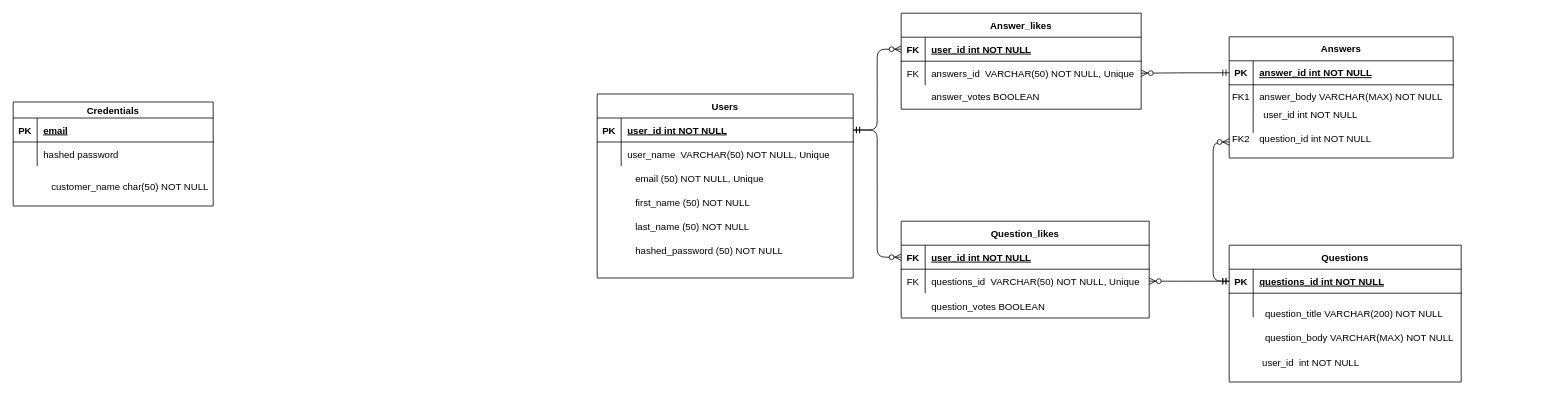
Above: Untitled Diagram.drawio in tswieser/stack-Oilflow (draw.io), before the change. Source tidied: cells renumbered, new cells numbered last; positions are measured from the earlier drawing's top-left corner, leaving out a move shared by most shapes. Both pictures are drawn from the tidied source at 80%, with x=0, y=0 at pixel (13, 13).
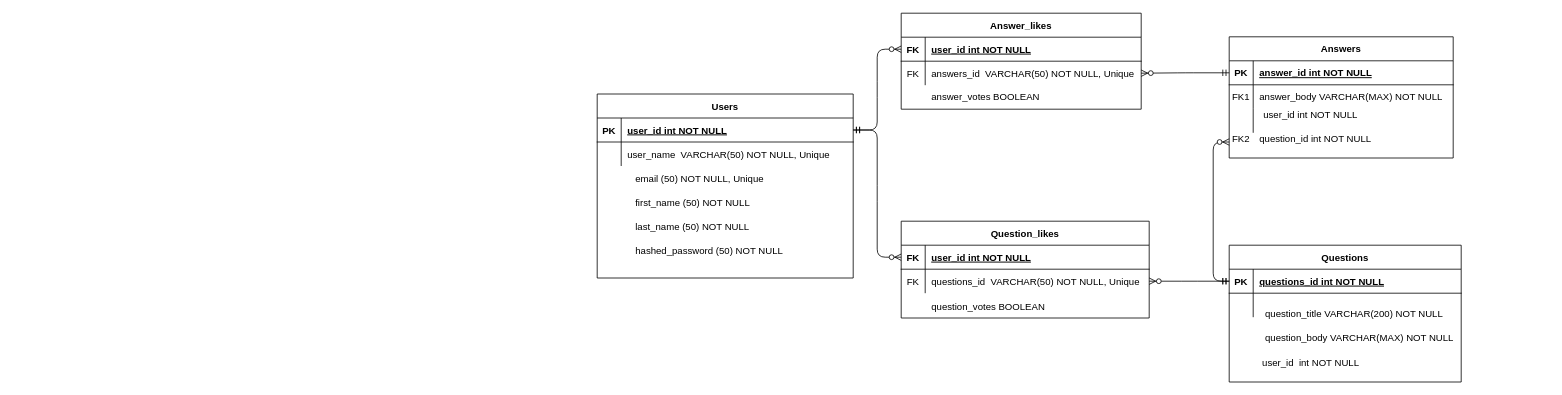
The same diagram, later.

Diff of the diagram source:
```diff
@@
-    <mxCell id="29" value="Credentials" style="shape=table;startSize=20;childLayout=tableLayout;rowLines=0;fontStyle=1;align=center;" parent="1" vertex="1">
-      <mxGeometry y="111" width="250" height="130" as="geometry" />
-    </mxCell>
-    <mxCell id="30" style="shape=partialRectangle;fillColor=none;top=0;left=0;right=0;bottom=1;" parent="29" vertex="1">
-      <mxGeometry y="20" width="250" height="30" as="geometry" />
-    </mxCell>
-    <mxCell id="31" value="PK" style="shape=partialRectangle;overflow=hidden;fillColor=none;top=0;left=0;bottom=0;right=0;fontStyle=1;" parent="30" vertex="1">
-      <mxGeometry width="30" height="30" as="geometry" />
-    </mxCell>
-    <mxCell id="32" value="email" style="shape=partialRectangle;overflow=hidden;fillColor=none;top=0;left=0;bottom=0;right=0;align=left;spacingLeft=6;fontStyle=5;" parent="30" vertex="1">
-      <mxGeometry x="30" width="220" height="30" as="geometry" />
-    </mxCell>
-    <mxCell id="33" style="shape=partialRectangle;fillColor=none;top=0;left=0;right=0;bottom=0;" parent="29" vertex="1">
-      <mxGeometry y="50" width="250" height="30" as="geometry" />
-    </mxCell>
-    <mxCell id="34" style="shape=partialRectangle;overflow=hidden;fillColor=none;top=0;left=0;bottom=0;right=0;" parent="33" vertex="1">
-      <mxGeometry width="30" height="30" as="geometry" />
-    </mxCell>
-    <mxCell id="35" value="hashed password" style="shape=partialRectangle;overflow=hidden;fillColor=none;top=0;left=0;bottom=0;right=0;align=left;spacingLeft=6;" parent="33" vertex="1">
-      <mxGeometry x="30" width="220" height="30" as="geometry" />
-    </mxCell>
-    <mxCell id="36" style="shape=partialRectangle;fillColor=none;top=0;left=0;right=0;bottom=0;" parent="1" vertex="1">
-      <mxGeometry x="10" y="201" width="250" height="30" as="geometry" />
-    </mxCell>
-    <mxCell id="37" style="shape=partialRectangle;overflow=hidden;fillColor=none;top=0;left=0;bottom=0;right=0;" parent="36" vertex="1">
-      <mxGeometry width="30" height="30" as="geometry" />
-    </mxCell>
-    <mxCell id="38" value="customer_name char(50) NOT NULL" style="shape=partialRectangle;overflow=hidden;fillColor=none;top=0;left=0;bottom=0;right=0;align=left;spacingLeft=6;" parent="36" vertex="1">
-      <mxGeometry x="30" width="220" height="30" as="geometry" />
-    </mxCell>
```
